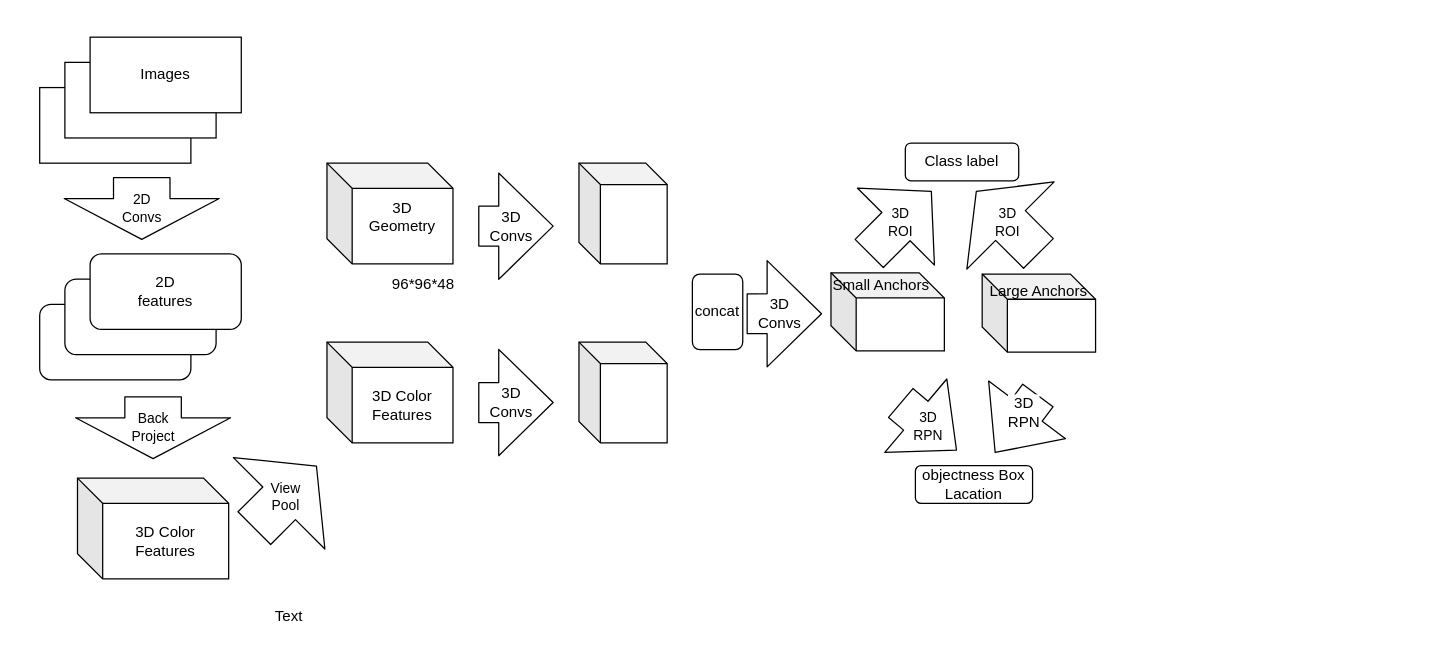
The draw.io diagram sis.drawio in ByronGe/HARProject, before the edit. Source tidied: cells renumbered, new cells numbered last; positions are measured from the earlier drawing's top-left corner, leaving out a move shared by most shapes. Both pictures are drawn from the tidied source at 126%, with x=0, y=0 at pixel (39, 37).
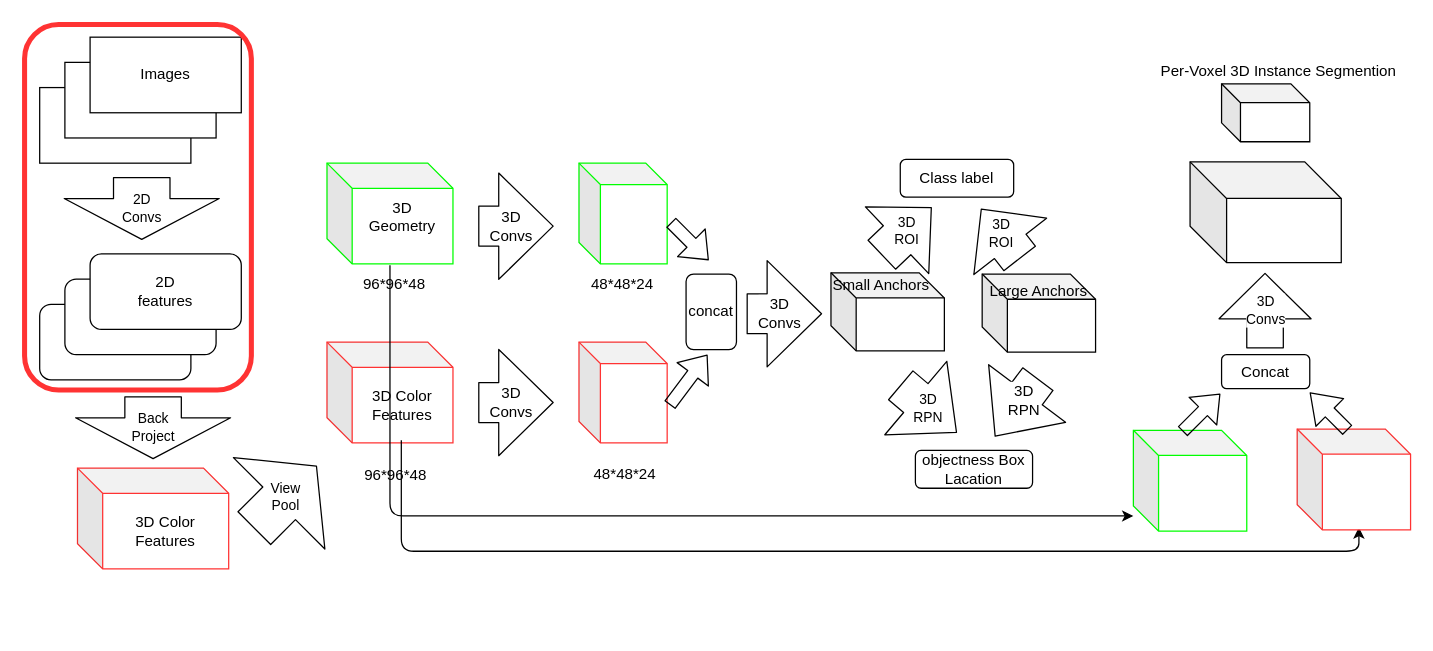
The same diagram, later.

What changed in the source:
```diff
@@
-    <mxCell id="2" value="3D&lt;br&gt;ROI" style="shape=flexArrow;endArrow=classic;html=1;endWidth=63.61111111111111;endSize=12.45;width=33.333333333333336;" parent="1" edge="1">
-      <mxGeometry relative="1" as="geometry">
-        <mxPoint x="793" y="172" as="sourcePoint" />
-        <mxPoint x="743" y="122" as="targetPoint" />
-      </mxGeometry>
-    </mxCell>
@@
-    <mxCell id="11" value="3D Color&lt;br&gt;Features" style="shape=cube;whiteSpace=wrap;html=1;boundedLbl=1;backgroundOutline=1;darkOpacity=0.05;darkOpacity2=0.1;" parent="1" vertex="1">
-      <mxGeometry x="30" y="350" width="120" height="80" as="geometry" />
+    <mxCell id="11" value="3D Color&lt;br&gt;Features" style="shape=cube;whiteSpace=wrap;html=1;boundedLbl=1;backgroundOutline=1;darkOpacity=0.05;darkOpacity2=0.1;strokeColor=#FF3333;" parent="1" vertex="1">
+      <mxGeometry x="30" y="342" width="120" height="80" as="geometry" />
     </mxCell>
@@
-    <mxCell id="13" value="3D&lt;br&gt;Geometry&lt;br&gt;&amp;nbsp; &amp;nbsp;&amp;nbsp;" style="shape=cube;whiteSpace=wrap;html=1;boundedLbl=1;backgroundOutline=1;darkOpacity=0.05;darkOpacity2=0.1;" parent="1" vertex="1">
+    <mxCell id="13" value="3D&lt;br&gt;Geometry&lt;br&gt;&amp;nbsp; &amp;nbsp;&amp;nbsp;" style="shape=cube;whiteSpace=wrap;html=1;boundedLbl=1;backgroundOutline=1;darkOpacity=0.05;darkOpacity2=0.1;strokeColor=#00FF00;" parent="1" vertex="1">
       <mxGeometry x="228" y="100" width="100" height="80" as="geometry" />
     </mxCell>
-    <mxCell id="14" value="3D Color&lt;br&gt;Features" style="shape=cube;whiteSpace=wrap;html=1;boundedLbl=1;backgroundOutline=1;darkOpacity=0.05;darkOpacity2=0.1;" parent="1" vertex="1">
+    <mxCell id="14" value="3D Color&lt;br&gt;Features" style="shape=cube;whiteSpace=wrap;html=1;boundedLbl=1;backgroundOutline=1;darkOpacity=0.05;darkOpacity2=0.1;strokeColor=#FF3333;" parent="1" vertex="1">
       <mxGeometry x="228" y="242" width="100" height="80" as="geometry" />
     </mxCell>
     <mxCell id="15" value="96*96*48" style="text;html=1;" parent="1" vertex="1">
-      <mxGeometry x="278" y="182" width="70" height="30" as="geometry" />
+      <mxGeometry x="255" y="182" width="70" height="30" as="geometry" />
     </mxCell>
@@
-    <mxCell id="20" style="shape=cube;whiteSpace=wrap;html=1;boundedLbl=1;backgroundOutline=1;darkOpacity=0.05;darkOpacity2=0.1;size=17;" parent="1" vertex="1">
+    <mxCell id="20" style="shape=cube;whiteSpace=wrap;html=1;boundedLbl=1;backgroundOutline=1;darkOpacity=0.05;darkOpacity2=0.1;size=17;strokeColor=#00FF00;" parent="1" vertex="1">
       <mxGeometry x="428" y="100" width="70" height="80" as="geometry" />
     </mxCell>
-    <mxCell id="21" style="shape=cube;whiteSpace=wrap;html=1;boundedLbl=1;backgroundOutline=1;darkOpacity=0.05;darkOpacity2=0.1;size=17;" parent="1" vertex="1">
+    <mxCell id="21" style="shape=cube;whiteSpace=wrap;html=1;boundedLbl=1;backgroundOutline=1;darkOpacity=0.05;darkOpacity2=0.1;size=17;strokeColor=#FF3333;" parent="1" vertex="1">
       <mxGeometry x="428" y="242" width="70" height="80" as="geometry" />
     </mxCell>
     <mxCell id="22" value="concat" style="rounded=1;whiteSpace=wrap;html=1;" parent="1" vertex="1">
-      <mxGeometry x="518" y="188" width="40" height="60" as="geometry" />
+      <mxGeometry x="513" y="188" width="40" height="60" as="geometry" />
     </mxCell>
@@
-    <mxCell id="27" value="Text" style="text;html=1;strokeColor=none;fillColor=none;align=center;verticalAlign=middle;whiteSpace=wrap;rounded=0;" parent="1" vertex="1">
-      <mxGeometry x="178" y="450" width="40" height="20" as="geometry" />
-    </mxCell>
@@
-    <mxCell id="30" value="3D&lt;br&gt;ROI" style="shape=flexArrow;endArrow=classic;html=1;endWidth=53.61111111111111;endSize=12.883333333333335;width=31.666666666666668;" parent="1" edge="1">
+    <mxCell id="30" value="3D&lt;br&gt;ROI" style="shape=flexArrow;endArrow=classic;html=1;endWidth=40.33333333333333;endSize=12.16;width=31.666666666666668;" parent="1" edge="1">
       <mxGeometry relative="1" as="geometry">
-        <mxPoint x="658" y="172" as="sourcePoint" />
-        <mxPoint x="708" y="122" as="targetPoint" />
+        <mxPoint x="668" y="173" as="sourcePoint" />
+        <mxPoint x="708" y="135" as="targetPoint" />
       </mxGeometry>
     </mxCell>
     <mxCell id="31" value="Class label" style="rounded=1;whiteSpace=wrap;html=1;" parent="1" vertex="1">
-      <mxGeometry x="687" y="84" width="90" height="30" as="geometry" />
+      <mxGeometry x="683" y="97" width="90" height="30" as="geometry" />
     </mxCell>
     <mxCell id="32" value="3D&lt;br&gt;RPN" style="shape=flexArrow;endArrow=classic;html=1;endWidth=45.27777777777778;endSize=13.75;width=30;" parent="1" edge="1">
       <mxGeometry relative="1" as="geometry">
-        <mxPoint x="683" y="290" as="sourcePoint" />
-        <mxPoint x="728" y="328" as="targetPoint" />
+        <mxPoint x="683" y="276" as="sourcePoint" />
+        <mxPoint x="728" y="314" as="targetPoint" />
       </mxGeometry>
     </mxCell>
     <mxCell id="33" style="shape=flexArrow;endArrow=classic;html=1;endWidth=45.27777777777778;endSize=13.75;width=30;" parent="1" edge="1">
       <mxGeometry relative="1" as="geometry">
-        <mxPoint x="792.5" y="284" as="sourcePoint" />
-        <mxPoint x="758" y="330" as="targetPoint" />
+        <mxPoint x="792.5" y="271" as="sourcePoint" />
+        <mxPoint x="758" y="317" as="targetPoint" />
       </mxGeometry>
     </mxCell>
     <mxCell id="34" value="3D&lt;br&gt;RPN" style="text;html=1;align=center;verticalAlign=middle;labelBackgroundColor=#ffffff;" parent="33" vertex="1">
-      <mxGeometry x="-0.36" y="-1" relative="1" as="geometry" />
+      <mxGeometry x="-0.36" y="-1" relative="1" as="geometry">
+        <mxPoint y="3" as="offset" />
+      </mxGeometry>
     </mxCell>
     <mxCell id="35" value="objectness Box&lt;br&gt;Lacation" style="rounded=1;whiteSpace=wrap;html=1;" parent="1" vertex="1">
-      <mxGeometry x="695" y="340" width="93" height="30" as="geometry" />
+      <mxGeometry x="695" y="328" width="93" height="30" as="geometry" />
     </mxCell>
+    <mxCell id="36" style="endArrow=classic;html=1;exitX=0;exitY=0;exitDx=60;exitDy=80;exitPerimeter=0;entryX=0.556;entryY=1;entryDx=0;entryDy=0;entryPerimeter=0;" parent="1" edge="1">
+      <mxGeometry relative="1" as="geometry">
+        <mxPoint x="287" y="320" as="sourcePoint" />
+        <mxPoint x="1047" y="389" as="targetPoint" />
+        <Array as="points">
+          <mxPoint x="287" y="408" />
+          <mxPoint x="1047" y="408" />
+        </Array>
+      </mxGeometry>
+    </mxCell>
+    <mxCell id="37" style="endArrow=classic;html=1;exitX=0.5;exitY=1.038;exitDx=0;exitDy=0;exitPerimeter=0;" parent="1" edge="1">
+      <mxGeometry relative="1" as="geometry">
+        <mxPoint x="278" y="181" as="sourcePoint" />
+        <mxPoint x="868" y="380" as="targetPoint" />
+        <Array as="points">
+          <mxPoint x="278" y="380" />
+        </Array>
+      </mxGeometry>
+    </mxCell>
+    <mxCell id="38" style="shape=cube;whiteSpace=wrap;html=1;boundedLbl=1;backgroundOutline=1;darkOpacity=0.05;darkOpacity2=0.1;strokeColor=#00FF00;" parent="1" vertex="1">
+      <mxGeometry x="868" y="312" width="90" height="80" as="geometry" />
+    </mxCell>
+    <mxCell id="39" style="shape=cube;whiteSpace=wrap;html=1;boundedLbl=1;backgroundOutline=1;darkOpacity=0.05;darkOpacity2=0.1;strokeColor=#FF3333;" parent="1" vertex="1">
+      <mxGeometry x="998" y="311" width="90" height="80" as="geometry" />
+    </mxCell>
+    <mxCell id="40" style="shape=flexArrow;endArrow=classic;html=1;" parent="1" edge="1">
+      <mxGeometry relative="1" as="geometry">
+        <mxPoint x="907" y="313" as="sourcePoint" />
+        <mxPoint x="937" y="283" as="targetPoint" />
+      </mxGeometry>
+    </mxCell>
+    <mxCell id="41" style="shape=flexArrow;endArrow=classic;html=1;width=10;endSize=6.97;" parent="1" edge="1">
+      <mxGeometry relative="1" as="geometry">
+        <mxPoint x="1038" y="312" as="sourcePoint" />
+        <mxPoint x="1008" y="282" as="targetPoint" />
+      </mxGeometry>
+    </mxCell>
+    <mxCell id="42" value="Concat" style="rounded=1;whiteSpace=wrap;html=1;" parent="1" vertex="1">
+      <mxGeometry x="938" y="252" width="70" height="27" as="geometry" />
+    </mxCell>
+    <mxCell id="43" value="3D&lt;br&gt;Convs" style="shape=flexArrow;endArrow=classic;html=1;endWidth=43;endSize=11.67;width=29;" parent="1" edge="1">
+      <mxGeometry relative="1" as="geometry">
+        <mxPoint x="972.5" y="247" as="sourcePoint" />
+        <mxPoint x="972.5" y="187" as="targetPoint" />
+      </mxGeometry>
+    </mxCell>
+    <mxCell id="44" style="shape=cube;whiteSpace=wrap;html=1;boundedLbl=1;backgroundOutline=1;darkOpacity=0.05;darkOpacity2=0.1;size=29;" parent="1" vertex="1">
+      <mxGeometry x="913" y="99" width="120" height="80" as="geometry" />
+    </mxCell>
+    <mxCell id="45" style="shape=cube;whiteSpace=wrap;html=1;boundedLbl=1;backgroundOutline=1;darkOpacity=0.05;darkOpacity2=0.1;size=15;" parent="1" vertex="1">
+      <mxGeometry x="938" y="37" width="70" height="46" as="geometry" />
+    </mxCell>
+    <mxCell id="46" value="Per-Voxel 3D Instance Segmention" style="text;html=1;strokeColor=none;fillColor=none;align=center;verticalAlign=middle;whiteSpace=wrap;rounded=0;" parent="1" vertex="1">
+      <mxGeometry x="878" y="17" width="211" height="20" as="geometry" />
+    </mxCell>
+    <mxCell id="47" style="rounded=1;whiteSpace=wrap;html=1;fillColor=none;strokeColor=#FF3333;strokeWidth=4;" parent="1" vertex="1">
+      <mxGeometry x="-12" y="-10" width="180" height="290" as="geometry" />
+    </mxCell>
+    <mxCell id="48" value="96*96*48" style="text;html=1;" parent="1" vertex="1">
+      <mxGeometry x="256" y="334" width="70" height="30" as="geometry" />
+    </mxCell>
+    <mxCell id="49" value="48*48*24" style="text;html=1;" parent="1" vertex="1">
+      <mxGeometry x="438" y="333" width="70" height="30" as="geometry" />
+    </mxCell>
+    <mxCell id="50" value="48*48*24" style="text;html=1;" parent="1" vertex="1">
+      <mxGeometry x="436" y="182" width="70" height="30" as="geometry" />
+    </mxCell>
+    <mxCell id="51" style="shape=flexArrow;endArrow=classic;html=1;" parent="1" edge="1">
+      <mxGeometry relative="1" as="geometry">
+        <mxPoint x="500" y="292" as="sourcePoint" />
+        <mxPoint x="530" y="252" as="targetPoint" />
+      </mxGeometry>
+    </mxCell>
+    <mxCell id="52" style="shape=flexArrow;endArrow=classic;html=1;" parent="1" edge="1">
+      <mxGeometry relative="1" as="geometry">
+        <mxPoint x="501" y="147" as="sourcePoint" />
+        <mxPoint x="531" y="177" as="targetPoint" />
+      </mxGeometry>
+    </mxCell>
+    <mxCell id="2" value="3D&lt;br&gt;ROI" style="shape=flexArrow;endArrow=classic;html=1;endWidth=40.33333333333333;endSize=12.16;width=31.666666666666668;entryX=0.578;entryY=1.033;entryDx=0;entryDy=0;entryPerimeter=0;" parent="1" edge="1">
+      <mxGeometry relative="1" as="geometry">
+        <mxPoint x="778" y="176" as="sourcePoint" />
+        <mxPoint x="747" y="136" as="targetPoint" />
+      </mxGeometry>
+    </mxCell>
```
